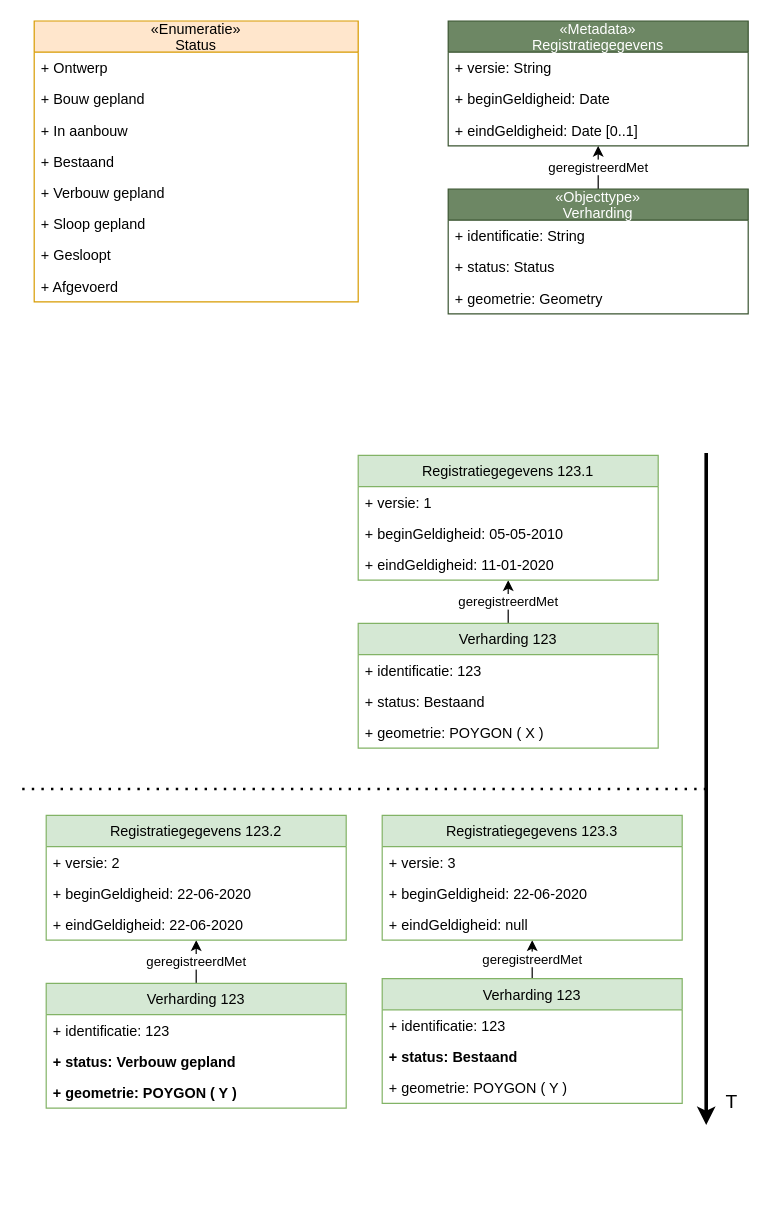
Earlier version of the draw.io diagram issues/15-levensfasen/uitwerkingen/1-levenscyclus-in-object/1-b-levenscyclus-in-object-toekomstmut.drawio (Geonovum/disgeo-imsor). Source tidied: cells renumbered, new cells numbered last; positions are measured from the earlier drawing's top-left corner, leaving out a move shared by most shapes. Both pictures are drawn from the tidied source at 120%, with x=0, y=0 at pixel (22, 20).
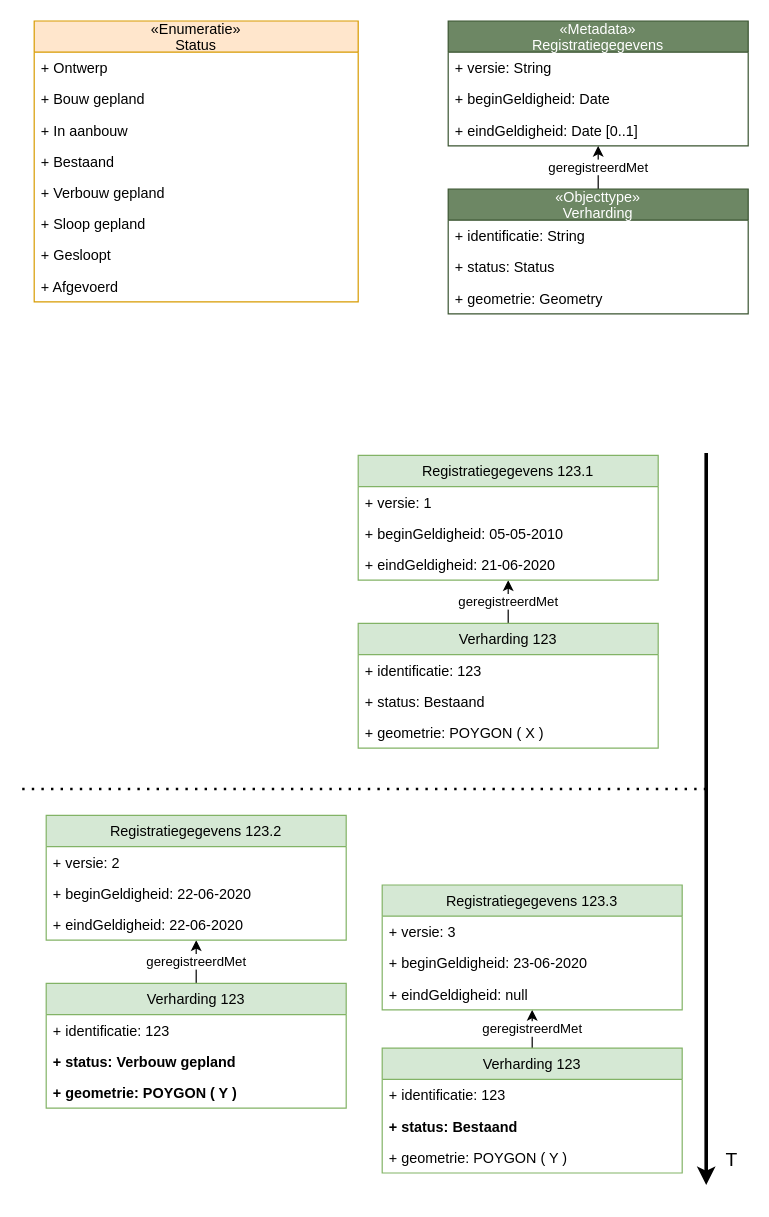
After the change.

Unchanged cells that the change refers to:
```xml
<mxCell id="25" value="Registratiegegevens 123.1" style="swimlane;fontStyle=0;horizontal=1;startSize=26;fillColor=#d5e8d4;strokeColor=#82b366;" parent="1" vertex="1">
  <mxGeometry x="280" y="362" width="250" height="104" as="geometry" />
</mxCell>
```

What changed in the source:
```diff
@@
-<mxGraphModel>
+<mxGraphModel background="#ffffff">
@@
-    <mxCell id="28" value="+ eindGeldigheid: 11-01-2020" style="text;strokeColor=none;fillColor=none;align=left;verticalAlign=top;spacingLeft=4;spacingRight=4;overflow=hidden;" parent="25" vertex="1">
+    <mxCell id="28" value="+ eindGeldigheid: 21-06-2020" style="text;strokeColor=none;fillColor=none;align=left;verticalAlign=top;spacingLeft=4;spacingRight=4;overflow=hidden;" parent="25" vertex="1">
       <mxGeometry y="78" width="250" height="26" as="geometry" />
     </mxCell>
@@
     <mxCell id="39" value="Verharding 123" style="swimlane;fontStyle=0;horizontal=1;startSize=26;fillColor=#d5e8d4;strokeColor=#82b366;" parent="1" vertex="1">
-      <mxGeometry x="300" y="798" width="250" height="104" as="geometry" />
+      <mxGeometry x="300" y="856" width="250" height="104" as="geometry" />
     </mxCell>
@@
     <mxCell id="43" value="Registratiegegevens 123.3" style="swimlane;fontStyle=0;horizontal=1;startSize=26;fillColor=#d5e8d4;strokeColor=#82b366;" parent="1" vertex="1">
-      <mxGeometry x="300" y="662" width="250" height="104" as="geometry" />
+      <mxGeometry x="300" y="720" width="250" height="104" as="geometry" />
     </mxCell>
@@
-    <mxCell id="45" value="+ beginGeldigheid: 22-06-2020" style="text;strokeColor=none;fillColor=none;align=left;verticalAlign=top;spacingLeft=4;spacingRight=4;overflow=hidden;" parent="43" vertex="1">
+    <mxCell id="45" value="+ beginGeldigheid: 23-06-2020" style="text;strokeColor=none;fillColor=none;align=left;verticalAlign=top;spacingLeft=4;spacingRight=4;overflow=hidden;" parent="43" vertex="1">
       <mxGeometry y="52" width="250" height="26" as="geometry" />
     </mxCell>
@@
     <mxCell id="47" style="endArrow=classic;html=1;strokeWidth=3;" parent="1" edge="1">
       <mxGeometry relative="1" as="geometry">
         <mxPoint x="570" y="360" as="sourcePoint" />
-        <mxPoint x="570" y="920" as="targetPoint" />
+        <mxPoint x="570" y="970" as="targetPoint" />
       </mxGeometry>
     </mxCell>
```
